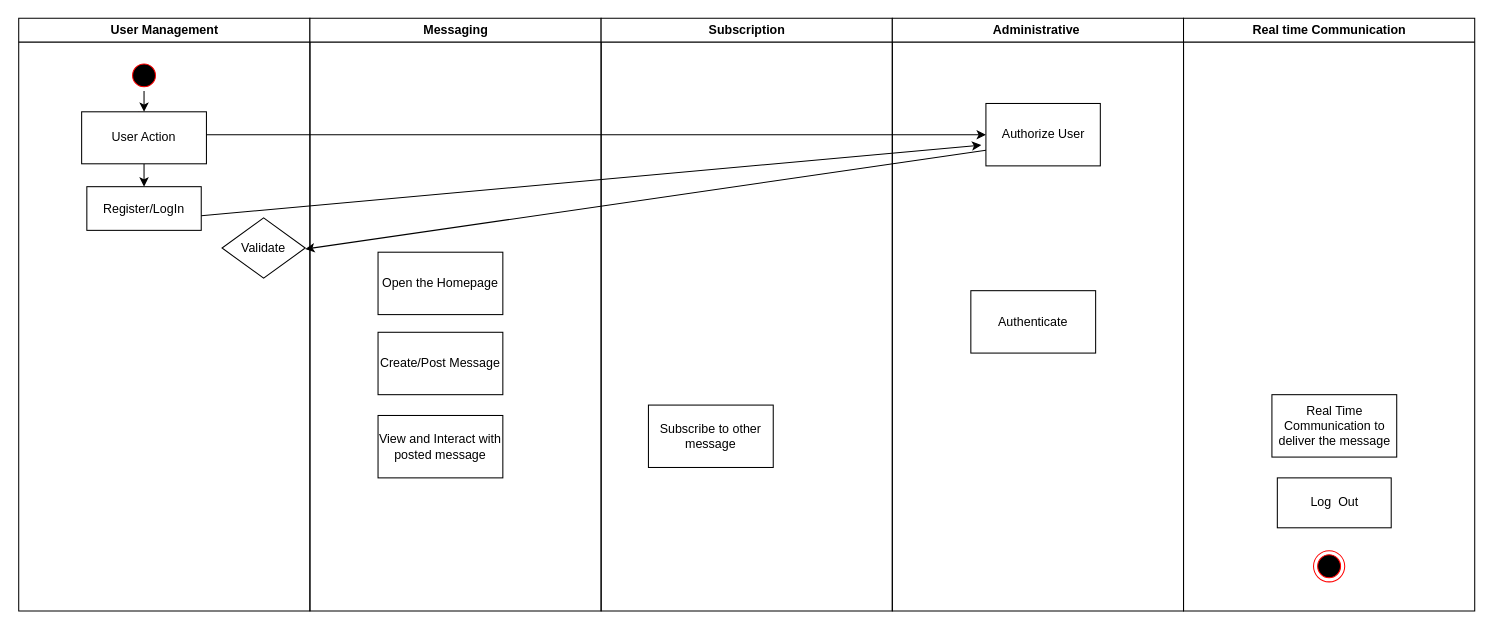
ericaAnna/ericaAnna keeps this draw.io diagram as activity.drawio. Above is the earlier version. Source tidied: cells renumbered, new cells numbered last; positions are measured from the earlier drawing's top-left corner, leaving out a move shared by most shapes. Both pictures are drawn from the tidied source at 104%, with x=0, y=0 at pixel (18, 18).
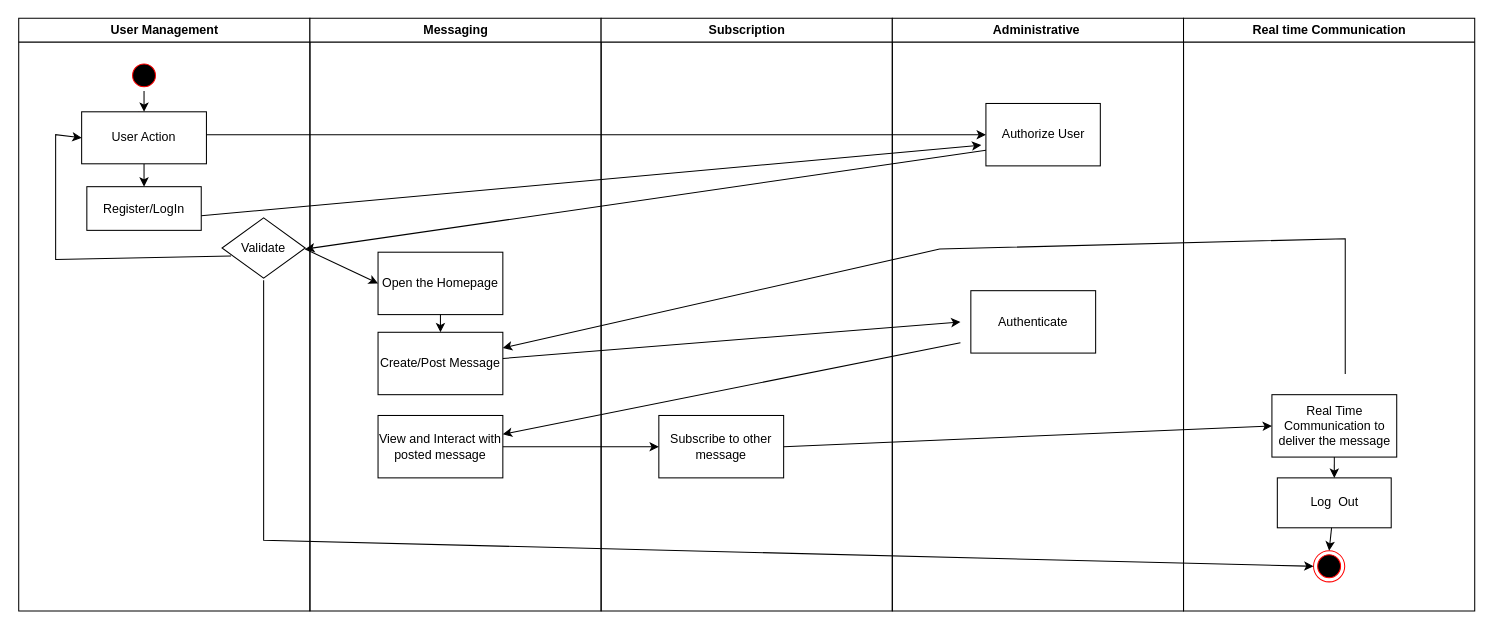
The same diagram, later.

Unchanged cells that the change refers to:
```xml
<mxCell id="2" value="User Management" style="swimlane;whiteSpace=wrap;startSize=23;" parent="1" vertex="1">
  <mxGeometry x="0.5" width="280" height="570" as="geometry" />
</mxCell>
<mxCell id="8" value="Validate" style="rhombus;whiteSpace=wrap;html=1;" parent="2" vertex="1">
  <mxGeometry x="195.5" y="192" width="80" height="58" as="geometry" />
</mxCell>
<mxCell id="11" value="Messaging" style="swimlane;whiteSpace=wrap;" parent="1" vertex="1">
  <mxGeometry x="280.5" width="280" height="570" as="geometry" />
</mxCell>
<mxCell id="12" value="Create/Post Message" style="rounded=0;whiteSpace=wrap;html=1;" parent="11" vertex="1">
  <mxGeometry x="65.5" y="302" width="120" height="60" as="geometry" />
</mxCell>
<mxCell id="13" value="View and Interact with posted message" style="rounded=0;whiteSpace=wrap;html=1;" parent="11" vertex="1">
  <mxGeometry x="65.5" y="382" width="120" height="60" as="geometry" />
</mxCell>
<mxCell id="14" value="Open the Homepage" style="rounded=0;whiteSpace=wrap;html=1;" parent="11" vertex="1">
  <mxGeometry x="65.5" y="225" width="120" height="60" as="geometry" />
</mxCell>
<mxCell id="15" value="Subscription" style="swimlane;whiteSpace=wrap;" parent="1" vertex="1">
  <mxGeometry x="560.5" width="280" height="570" as="geometry" />
</mxCell>
<mxCell id="20" value="Real time Communication" style="swimlane;whiteSpace=wrap;" parent="1" vertex="1">
  <mxGeometry x="1120.5" width="280" height="570" as="geometry" />
</mxCell>
<mxCell id="21" style="ellipse;shape=endState;fillColor=#000000;strokeColor=#ff0000;" parent="20" vertex="1">
  <mxGeometry x="125" y="512" width="30" height="30" as="geometry" />
</mxCell>
<mxCell id="22" value="Real Time Communication to deliver the message" style="rounded=0;whiteSpace=wrap;html=1;" parent="20" vertex="1">
  <mxGeometry x="85" y="362" width="120" height="60" as="geometry" />
</mxCell>
<mxCell id="23" value="Log&amp;nbsp; Out" style="rounded=0;whiteSpace=wrap;html=1;" parent="20" vertex="1">
  <mxGeometry x="90.2" y="442" width="109.5" height="48" as="geometry" />
</mxCell>
```

What changed in the source:
```diff
@@
+    <mxCell id="26" style="endArrow=classic;html=1;rounded=0;exitX=0.108;exitY=0.632;exitDx=0;exitDy=0;exitPerimeter=0;" parent="2" edge="1" source="8">
+      <mxGeometry relative="1" as="geometry">
+        <mxPoint x="60.5" y="115" as="targetPoint" />
+        <Array as="points">
+          <mxPoint x="35.5" y="232" />
+          <mxPoint x="35.5" y="112" />
+        </Array>
+      </mxGeometry>
+    </mxCell>
@@
+    <mxCell id="27" style="endArrow=classic;html=1;rounded=0;exitX=0.5;exitY=1;exitDx=0;exitDy=0;" parent="11" edge="1" source="14" target="12">
+      <mxGeometry relative="1" as="geometry" />
+    </mxCell>
@@
     <mxCell id="16" value="Subscribe to other message" style="rounded=0;whiteSpace=wrap;html=1;" parent="15" vertex="1">
-      <mxGeometry x="45.5" y="372" width="120" height="60" as="geometry" />
+      <mxGeometry x="55.5" y="382" width="120" height="60" as="geometry" />
     </mxCell>
@@
+    <mxCell id="28" style="endArrow=classic;html=1;rounded=0;exitX=0.5;exitY=1;exitDx=0;exitDy=0;" parent="20" edge="1" source="22" target="23">
+      <mxGeometry relative="1" as="geometry" />
+    </mxCell>
+    <mxCell id="29" style="endArrow=classic;html=1;rounded=0;entryX=0.5;entryY=0;entryDx=0;entryDy=0;" parent="20" edge="1" source="23" target="21">
+      <mxGeometry relative="1" as="geometry" />
+    </mxCell>
@@
+    <mxCell id="30" style="endArrow=classic;html=1;rounded=0;entryX=0;entryY=0.5;entryDx=0;entryDy=0;" parent="1" edge="1" target="14">
+      <mxGeometry relative="1" as="geometry">
+        <mxPoint x="276" y="222" as="sourcePoint" />
+      </mxGeometry>
+    </mxCell>
+    <mxCell id="31" style="endArrow=classic;html=1;rounded=0;" parent="1" edge="1" source="12">
+      <mxGeometry relative="1" as="geometry">
+        <mxPoint x="906" y="292" as="targetPoint" />
+      </mxGeometry>
+    </mxCell>
+    <mxCell id="32" style="endArrow=classic;html=1;rounded=0;" parent="1" edge="1" target="13">
+      <mxGeometry relative="1" as="geometry">
+        <mxPoint x="906" y="312" as="sourcePoint" />
+      </mxGeometry>
+    </mxCell>
+    <mxCell id="33" style="endArrow=classic;html=1;rounded=0;exitX=1;exitY=0.5;exitDx=0;exitDy=0;" parent="1" edge="1" source="13">
+      <mxGeometry relative="1" as="geometry">
+        <mxPoint x="616" y="412" as="targetPoint" />
+      </mxGeometry>
+    </mxCell>
+    <mxCell id="34" style="endArrow=classic;html=1;rounded=0;exitX=1;exitY=0.5;exitDx=0;exitDy=0;entryX=0;entryY=0.5;entryDx=0;entryDy=0;" parent="1" edge="1" source="16" target="22">
+      <mxGeometry relative="1" as="geometry" />
+    </mxCell>
+    <mxCell id="35" style="endArrow=classic;html=1;rounded=0;entryX=1;entryY=0.25;entryDx=0;entryDy=0;" parent="1" edge="1" target="12">
+      <mxGeometry relative="1" as="geometry">
+        <mxPoint x="1276" y="342" as="sourcePoint" />
+        <Array as="points">
+          <mxPoint x="1276" y="212" />
+          <mxPoint x="886" y="222" />
+        </Array>
+      </mxGeometry>
+    </mxCell>
+    <mxCell id="36" style="endArrow=classic;html=1;rounded=0;entryX=0;entryY=0.5;entryDx=0;entryDy=0;" parent="1" edge="1" target="21">
+      <mxGeometry relative="1" as="geometry">
+        <mxPoint x="236" y="252" as="sourcePoint" />
+        <Array as="points">
+          <mxPoint x="236" y="502" />
+        </Array>
+      </mxGeometry>
+    </mxCell>
```
